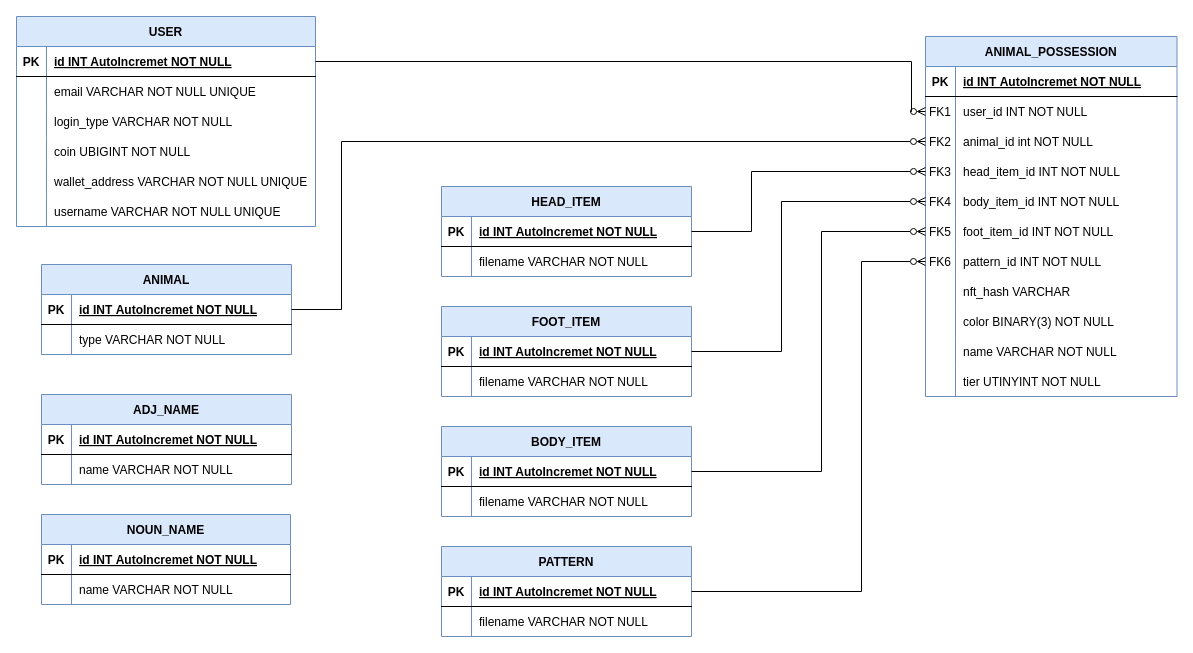
This is BLUE_HAT_ERD.drawio from Blue-Hat-Games/bluehat_server, a draw.io file, before an edit. Source tidied: cells renumbered, new cells numbered last; positions are measured from the earlier drawing's top-left corner, leaving out a move shared by most shapes. Both pictures are drawn from the tidied source at 100%, with x=0, y=0 at pixel (16, 16).
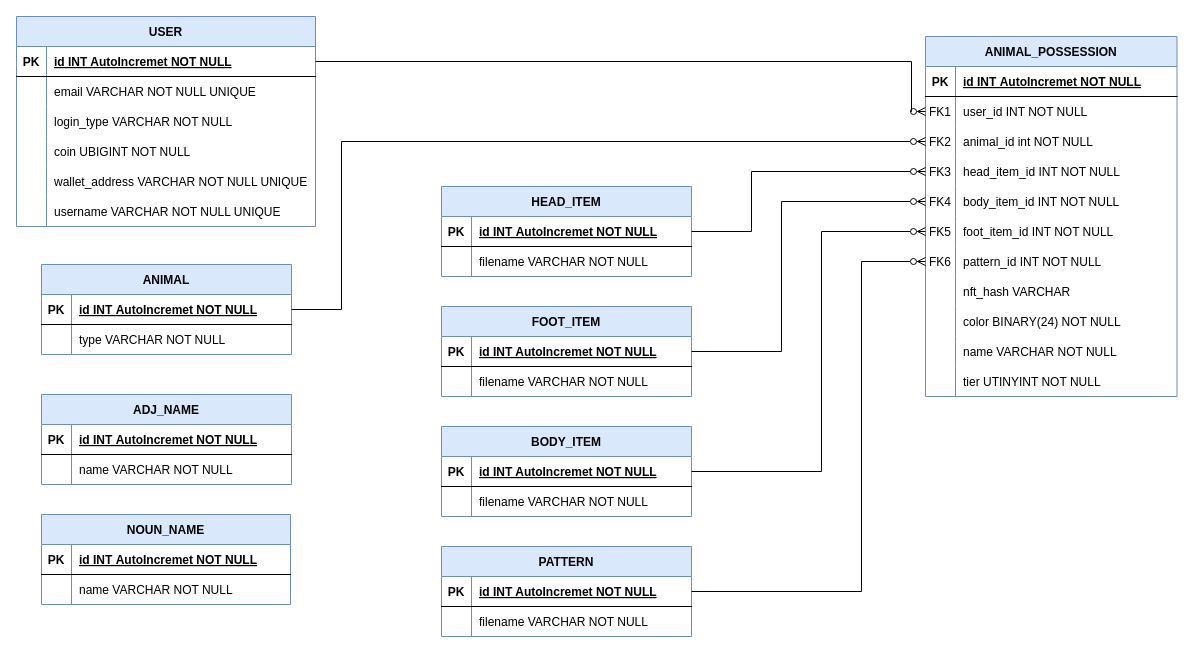
Above is the later version.

The change refers to these unchanged cells:
```xml
<mxCell id="34" style="shape=partialRectangle;fillColor=none;top=0;left=0;right=0;bottom=0;" parent="9" vertex="1">
  <mxGeometry y="270" width="251.5" height="30" as="geometry" />
</mxCell>
```

Diff of the diagram source:
```diff
@@
-    <mxCell id="36" value="color BINARY(3) NOT NULL" style="shape=partialRectangle;overflow=hidden;fillColor=none;top=0;left=0;bottom=0;right=0;align=left;spacingLeft=6;" parent="34" vertex="1">
+    <mxCell id="36" value="color BINARY(24) NOT NULL" style="shape=partialRectangle;overflow=hidden;fillColor=none;top=0;left=0;bottom=0;right=0;align=left;spacingLeft=6;" parent="34" vertex="1">
       <mxGeometry x="30" width="221.5" height="30" as="geometry" />
     </mxCell>
```
